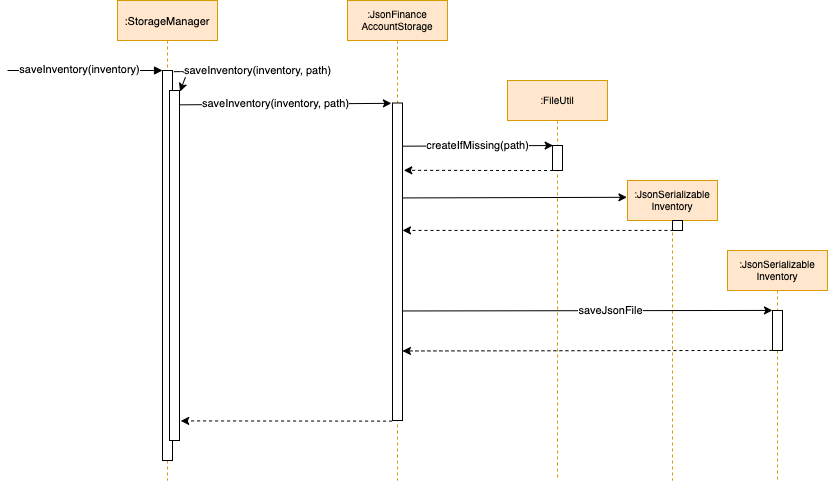
nus-cs2103-AY2021S1/tp keeps this draw.io diagram as docs/images/SaveInventorySequenceDiagram.png. Above is the earlier version. Source tidied: cells renumbered, new cells last; positions are measured from the earlier drawing's top-left corner, leaving out a move shared by most shapes. Its diagram source:
```xml
<mxGraphModel>
  <root>
    <mxCell id="0" />
    <mxCell id="1" parent="0" />
    <mxCell id="2" value=":StorageManager" style="shape=umlLifeline;perimeter=lifelinePerimeter;rounded=0;shadow=0;strokeWidth=1;fontSize=11;fillColor=#ffe6cc;strokeColor=#d79b00;" parent="1" vertex="1">
      <mxGeometry x="110" width="100" height="480" as="geometry" />
    </mxCell>
    <mxCell id="3" style="points=[];perimeter=orthogonalPerimeter;rounded=0;shadow=0;strokeWidth=1;" parent="2" vertex="1">
      <mxGeometry x="45" y="70" width="10" height="390" as="geometry" />
    </mxCell>
    <mxCell id="4" style="verticalAlign=bottom;startArrow=none;endArrow=block;startSize=8;shadow=0;strokeWidth=1;startFill=0;" parent="2" edge="1" target="3">
      <mxGeometry relative="1" as="geometry">
        <mxPoint x="-110" y="70" as="sourcePoint" />
      </mxGeometry>
    </mxCell>
    <mxCell id="5" value="saveInventory(inventory)" style="edgeLabel;html=1;align=center;verticalAlign=middle;" parent="4" vertex="1">
      <mxGeometry x="-0.07" y="1" relative="1" as="geometry" />
    </mxCell>
    <mxCell id="6" style="points=[];perimeter=orthogonalPerimeter;rounded=0;shadow=0;strokeWidth=1;" parent="2" vertex="1">
      <mxGeometry x="52" y="90" width="10" height="350" as="geometry" />
    </mxCell>
    <mxCell id="7" style="endArrow=classic;html=1;exitX=1.131;exitY=0.003;exitDx=0;exitDy=0;exitPerimeter=0;entryX=1.052;entryY=0.003;entryDx=0;entryDy=0;entryPerimeter=0;" parent="2" edge="1" source="3" target="6">
      <mxGeometry relative="1" as="geometry">
        <Array as="points">
          <mxPoint x="70" y="71" />
        </Array>
      </mxGeometry>
    </mxCell>
    <mxCell id="8" value="saveInventory(inventory, path)" style="edgeLabel;html=1;align=center;verticalAlign=middle;fontSize=11;" parent="7" vertex="1">
      <mxGeometry x="-0.67" y="-2" relative="1" as="geometry">
        <mxPoint x="78.2" y="-3.1" as="offset" />
      </mxGeometry>
    </mxCell>
    <mxCell id="9" value=":JsonFinance&#10;AccountStorage" style="shape=umlLifeline;perimeter=lifelinePerimeter;rounded=0;shadow=0;strokeWidth=1;horizontal=1;fontSize=10;fillColor=#ffe6cc;strokeColor=#d79b00;" parent="1" vertex="1">
      <mxGeometry x="340" width="100" height="480" as="geometry" />
    </mxCell>
    <mxCell id="10" style="points=[];perimeter=orthogonalPerimeter;rounded=0;shadow=0;strokeWidth=1;" parent="9" vertex="1">
      <mxGeometry x="45" y="102.5" width="10" height="317.5" as="geometry" />
    </mxCell>
    <mxCell id="11" style="endArrow=classic;html=1;entryX=-0.11;entryY=0.001;entryDx=0;entryDy=0;entryPerimeter=0;exitX=0.948;exitY=0.041;exitDx=0;exitDy=0;exitPerimeter=0;" parent="1" edge="1" source="6" target="10">
      <mxGeometry relative="1" as="geometry" />
    </mxCell>
    <mxCell id="12" value="saveInventory(inventory, path)" style="edgeLabel;html=1;align=center;verticalAlign=middle;" parent="11" vertex="1">
      <mxGeometry x="-0.27" y="1" relative="1" as="geometry">
        <mxPoint x="18.7" y="-0.3" as="offset" />
      </mxGeometry>
    </mxCell>
    <mxCell id="13" value=":FileUtil" style="shape=umlLifeline;perimeter=lifelinePerimeter;rounded=0;shadow=0;strokeWidth=1;fontSize=10;fillColor=#ffe6cc;strokeColor=#d79b00;" parent="1" vertex="1">
      <mxGeometry x="500" y="80" width="100" height="400" as="geometry" />
    </mxCell>
    <mxCell id="14" style="points=[];perimeter=orthogonalPerimeter;rounded=0;shadow=0;strokeWidth=1;" parent="13" vertex="1">
      <mxGeometry x="45" y="65" width="10" height="25" as="geometry" />
    </mxCell>
    <mxCell id="15" value="createIfMissing(path)" style="endArrow=classic;html=1;entryX=0.062;entryY=0.001;entryDx=0;entryDy=0;entryPerimeter=0;exitX=0.993;exitY=0.136;exitDx=0;exitDy=0;exitPerimeter=0;" parent="1" edge="1" source="10" target="14">
      <mxGeometry relative="1" as="geometry" />
    </mxCell>
    <mxCell id="16" style="endArrow=classic;html=1;dashed=1;fontSize=11;entryX=1.121;entryY=0.944;entryDx=0;entryDy=0;entryPerimeter=0;exitX=-0.041;exitY=1.002;exitDx=0;exitDy=0;exitPerimeter=0;" parent="1" edge="1" source="10" target="6">
      <mxGeometry relative="1" as="geometry" />
    </mxCell>
    <mxCell id="17" style="endArrow=classic;html=1;dashed=1;fontSize=11;exitX=0.062;exitY=1.001;exitDx=0;exitDy=0;exitPerimeter=0;entryX=1.131;entryY=0.212;entryDx=0;entryDy=0;entryPerimeter=0;" parent="1" edge="1" source="14" target="10">
      <mxGeometry relative="1" as="geometry" />
    </mxCell>
    <mxCell id="18" value=":JsonSerializable&#10;Inventory" style="shape=umlLifeline;perimeter=lifelinePerimeter;rounded=0;shadow=0;strokeWidth=1;fontSize=10;fillColor=#ffe6cc;strokeColor=#d79b00;" parent="1" vertex="1">
      <mxGeometry x="620" y="180" width="90" height="300" as="geometry" />
    </mxCell>
    <mxCell id="19" style="points=[];perimeter=orthogonalPerimeter;rounded=0;shadow=0;strokeWidth=1;" parent="18" vertex="1">
      <mxGeometry x="45" y="40" width="10" height="10" as="geometry" />
    </mxCell>
    <mxCell id="20" style="endArrow=classic;html=1;exitX=0.993;exitY=0.299;exitDx=0;exitDy=0;exitPerimeter=0;entryX=-0.006;entryY=0.056;entryDx=0;entryDy=0;entryPerimeter=0;" parent="1" edge="1" source="10" target="18">
      <mxGeometry relative="1" as="geometry" />
    </mxCell>
    <mxCell id="21" style="endArrow=classic;html=1;exitX=0.097;exitY=0.993;exitDx=0;exitDy=0;exitPerimeter=0;dashed=1;" parent="1" edge="1" source="19" target="10">
      <mxGeometry relative="1" as="geometry" />
    </mxCell>
    <mxCell id="22" value=":JsonSerializable&#10;Inventory" style="shape=umlLifeline;perimeter=lifelinePerimeter;rounded=0;shadow=0;strokeWidth=1;fontSize=10;fillColor=#ffe6cc;strokeColor=#d79b00;" parent="1" vertex="1">
      <mxGeometry x="720" y="250" width="100" height="230" as="geometry" />
    </mxCell>
    <mxCell id="23" style="points=[];perimeter=orthogonalPerimeter;rounded=0;shadow=0;strokeWidth=1;" parent="22" vertex="1">
      <mxGeometry x="45" y="60" width="10" height="40" as="geometry" />
    </mxCell>
    <mxCell id="24" value="saveJsonFile" style="endArrow=classic;html=1;exitX=1.062;exitY=0.655;exitDx=0;exitDy=0;exitPerimeter=0;entryX=-0.007;entryY=-0.002;entryDx=0;entryDy=0;entryPerimeter=0;" parent="1" edge="1" source="10" target="23">
      <mxGeometry x="0.12" relative="1" as="geometry" />
    </mxCell>
    <mxCell id="25" style="endArrow=classic;html=1;dashed=1;exitX=-0.007;exitY=0.998;exitDx=0;exitDy=0;exitPerimeter=0;entryX=0.993;entryY=0.781;entryDx=0;entryDy=0;entryPerimeter=0;" parent="1" edge="1" source="23" target="10">
      <mxGeometry relative="1" as="geometry" />
    </mxCell>
  </root>
</mxGraphModel>
```
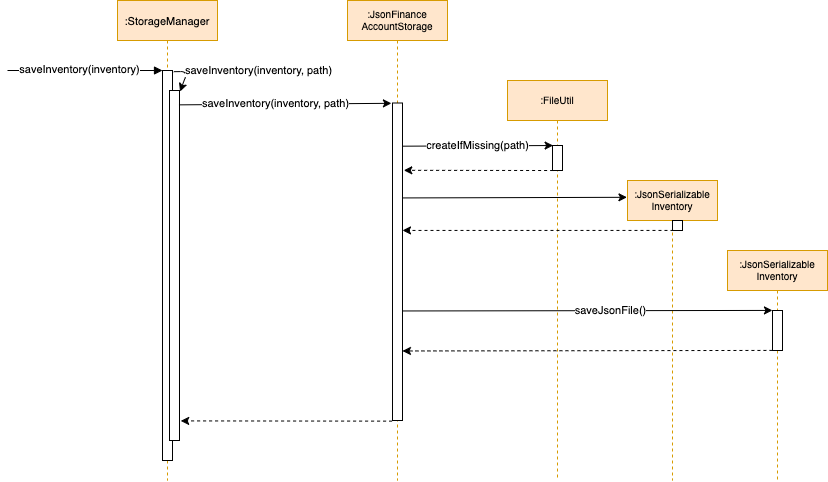
The same file after the commit.

The edit, as a diff of the source:
```diff
@@ -78,7 +78,7 @@
     <mxCell id="23" style="points=[];perimeter=orthogonalPerimeter;rounded=0;shadow=0;strokeWidth=1;" parent="22" vertex="1">
       <mxGeometry x="45" y="60" width="10" height="40" as="geometry" />
     </mxCell>
-    <mxCell id="24" value="saveJsonFile" style="endArrow=classic;html=1;exitX=1.062;exitY=0.655;exitDx=0;exitDy=0;exitPerimeter=0;entryX=-0.007;entryY=-0.002;entryDx=0;entryDy=0;entryPerimeter=0;" parent="1" edge="1" source="10" target="23">
+    <mxCell id="24" value="saveJsonFile()" style="endArrow=classic;html=1;exitX=1.062;exitY=0.655;exitDx=0;exitDy=0;exitPerimeter=0;entryX=-0.007;entryY=-0.002;entryDx=0;entryDy=0;entryPerimeter=0;" parent="1" edge="1" source="10" target="23">
       <mxGeometry x="0.12" relative="1" as="geometry" />
     </mxCell>
     <mxCell id="25" style="endArrow=classic;html=1;dashed=1;exitX=-0.007;exitY=0.998;exitDx=0;exitDy=0;exitPerimeter=0;entryX=0.993;entryY=0.781;entryDx=0;entryDy=0;entryPerimeter=0;" parent="1" edge="1" source="23" target="10">
```
